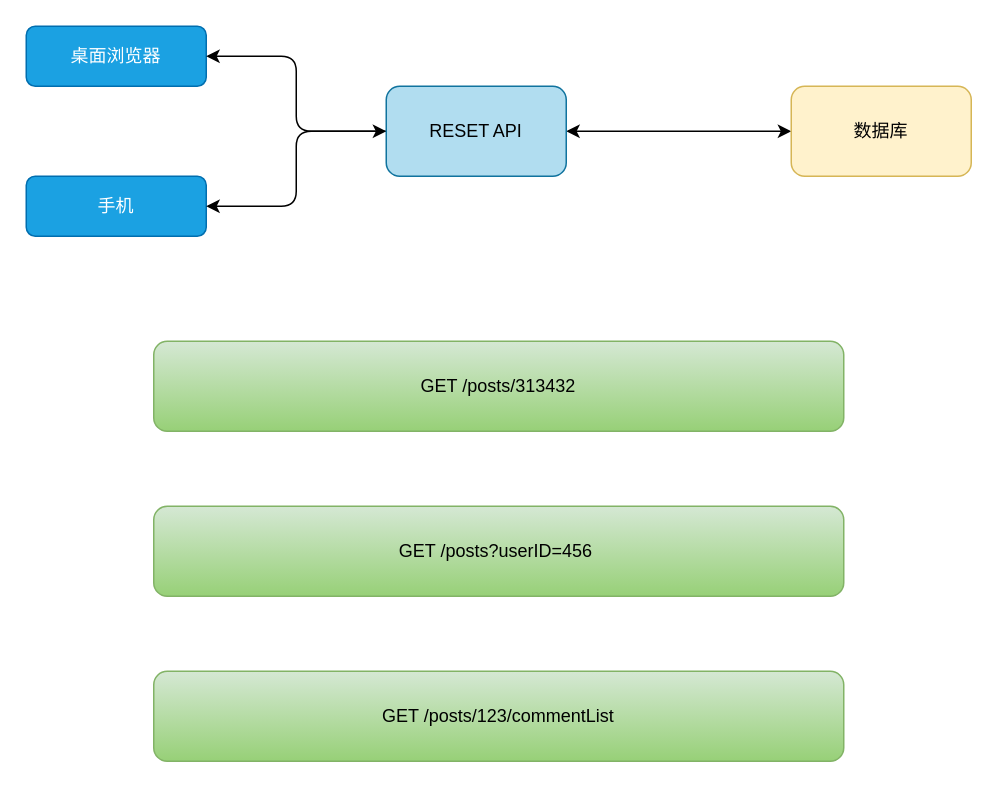
Before: page "Page-1" (1 of 2) of xml/Untitled Diagram.drawio in rcupid/firewood, a draw.io diagram. Source tidied: cells renumbered, new cells numbered last; positions are measured from the earlier drawing's top-left corner, leaving out a move shared by most shapes. Both pictures are drawn from the tidied source at 150%, with x=0, y=0 at pixel (26, 26).
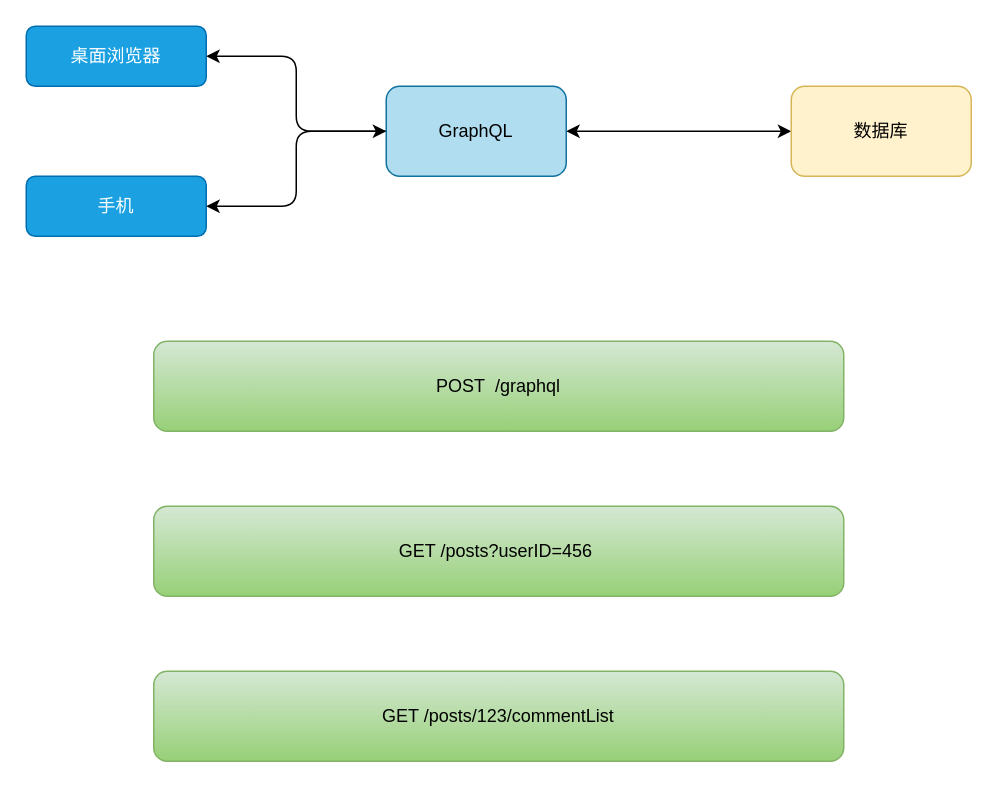
The same diagram, later.

Diff of the diagram source:
```diff
@@
 <mxGraphModel>
   <root>
     <mxCell id="0" />
     <mxCell id="1" parent="0" />
     <mxCell id="2" value="桌面浏览器" style="rounded=1;whiteSpace=wrap;html=1;fillColor=#1ba1e2;strokeColor=#006EAF;fontColor=#ffffff;" parent="1" vertex="1">
       <mxGeometry width="120" height="40" as="geometry" />
     </mxCell>
     <mxCell id="3" value="手机" style="rounded=1;whiteSpace=wrap;html=1;fillColor=#1ba1e2;strokeColor=#006EAF;fontColor=#ffffff;" parent="1" vertex="1">
       <mxGeometry y="100" width="120" height="40" as="geometry" />
     </mxCell>
     <mxCell id="4" style="edgeStyle=orthogonalEdgeStyle;rounded=1;jettySize=auto;html=1;exitX=0;exitY=0.5;exitDx=0;exitDy=0;entryX=1;entryY=0.5;entryDx=0;entryDy=0;" parent="1" edge="1" source="7" target="2">
       <mxGeometry relative="1" as="geometry" />
     </mxCell>
     <mxCell id="5" style="edgeStyle=orthogonalEdgeStyle;rounded=1;jettySize=auto;html=1;exitX=0;exitY=0.5;exitDx=0;exitDy=0;entryX=1;entryY=0.5;entryDx=0;entryDy=0;startArrow=classic;startFill=1;" parent="1" edge="1" source="7" target="3">
       <mxGeometry relative="1" as="geometry" />
     </mxCell>
     <mxCell id="6" style="edgeStyle=orthogonalEdgeStyle;rounded=0;jettySize=auto;html=1;startArrow=classic;startFill=1;" parent="1" edge="1" source="7" target="8">
       <mxGeometry relative="1" as="geometry" />
     </mxCell>
-    <mxCell id="7" value="RESET API" style="rounded=1;whiteSpace=wrap;html=1;fillColor=#b1ddf0;strokeColor=#10739e;" parent="1" vertex="1">
+    <mxCell id="7" value="GraphQL" style="rounded=1;whiteSpace=wrap;html=1;fillColor=#b1ddf0;strokeColor=#10739e;" parent="1" vertex="1">
       <mxGeometry x="240" y="40" width="120" height="60" as="geometry" />
     </mxCell>
     <mxCell id="8" value="数据库" style="rounded=1;whiteSpace=wrap;html=1;fillColor=#fff2cc;strokeColor=#d6b656;" parent="1" vertex="1">
       <mxGeometry x="510" y="40" width="120" height="60" as="geometry" />
     </mxCell>
-    <mxCell id="9" value="GET /posts/313432" style="rounded=1;whiteSpace=wrap;html=1;fillColor=#d5e8d4;strokeColor=#82b366;gradientColor=#97d077;" parent="1" vertex="1">
+    <mxCell id="9" value="POST&amp;nbsp; /graphql" style="rounded=1;whiteSpace=wrap;html=1;fillColor=#d5e8d4;strokeColor=#82b366;gradientColor=#97d077;" parent="1" vertex="1">
       <mxGeometry x="85" y="210" width="460" height="60" as="geometry" />
     </mxCell>
     <mxCell id="10" value="GET /posts?userID=456&amp;nbsp;" style="rounded=1;whiteSpace=wrap;html=1;fillColor=#d5e8d4;strokeColor=#82b366;gradientColor=#97d077;" parent="1" vertex="1">
       <mxGeometry x="85" y="320" width="460" height="60" as="geometry" />
     </mxCell>
     <mxCell id="11" value="GET /posts/123/commentList" style="rounded=1;whiteSpace=wrap;html=1;fillColor=#d5e8d4;strokeColor=#82b366;gradientColor=#97d077;" parent="1" vertex="1">
       <mxGeometry x="85" y="430" width="460" height="60" as="geometry" />
     </mxCell>
   </root>
 </mxGraphModel>
```
